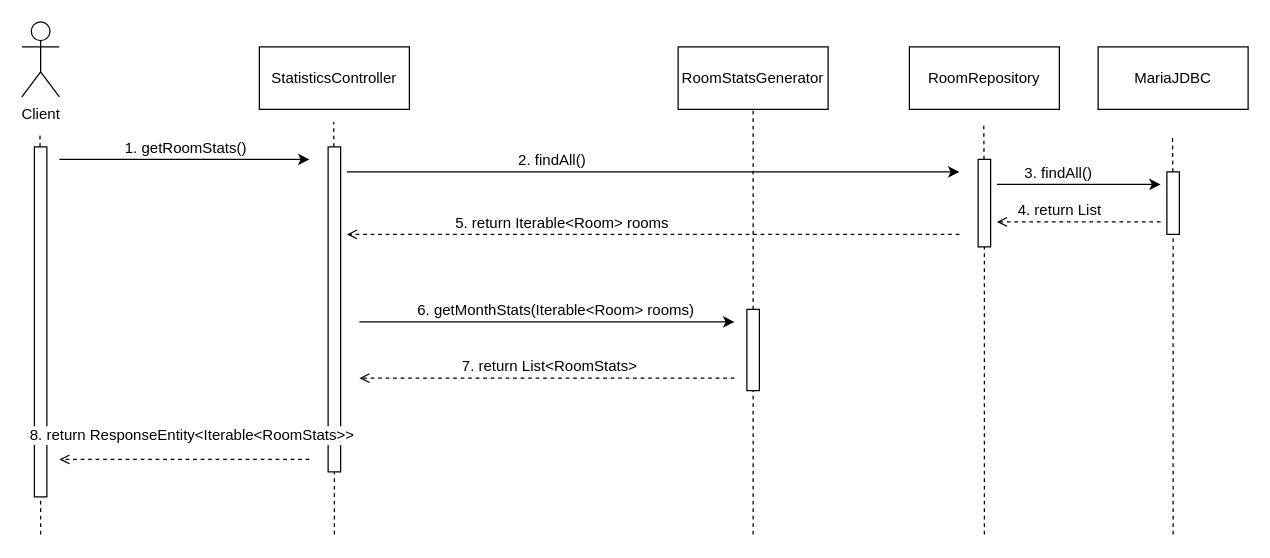
The draw.io diagram doc/design_sequence_diagram_new.drawio in torar9/swinz-projekt, before the edit. Source tidied: cells renumbered, new cells numbered last; positions are measured from the earlier drawing's top-left corner, leaving out a move shared by most shapes. Both pictures are drawn from the tidied source at 125%, with x=0, y=0 at pixel (21, 21).
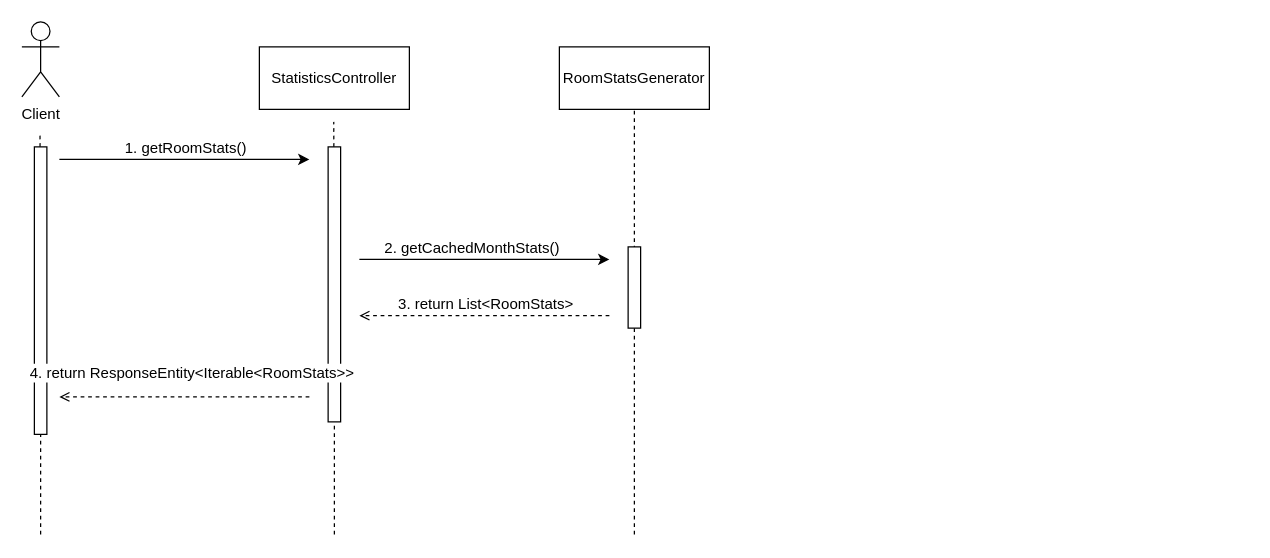
The same page after the edit.

Commit message (it also covers changes not shown here):
Fix use case

The edit, as a diff of the source:
```diff
@@
     <mxCell id="4" style="rounded=0;whiteSpace=wrap;html=1;" parent="1" vertex="1">
-      <mxGeometry x="10" y="100" width="10" height="280" as="geometry" />
+      <mxGeometry x="10" y="100" width="10" height="230" as="geometry" />
     </mxCell>
@@
     <mxCell id="7" value="RoomStatsGenerator" style="rounded=0;whiteSpace=wrap;html=1;" parent="1" vertex="1">
-      <mxGeometry x="525" y="20" width="120" height="50" as="geometry" />
+      <mxGeometry x="430" y="20" width="120" height="50" as="geometry" />
     </mxCell>
@@
     <mxCell id="11" style="rounded=0;whiteSpace=wrap;html=1;" parent="1" vertex="1">
-      <mxGeometry x="245" y="100" width="10" height="260" as="geometry" />
+      <mxGeometry x="245" y="100" width="10" height="220" as="geometry" />
     </mxCell>
@@
-    <mxCell id="13" value="RoomRepository" style="rounded=0;whiteSpace=wrap;html=1;fontSize=12;" parent="1" vertex="1">
-      <mxGeometry x="710" y="20" width="120" height="50" as="geometry" />
-    </mxCell>
     <mxCell id="14" style="endArrow=none;dashed=1;html=1;fontSize=12;entryX=0.5;entryY=1;entryDx=0;entryDy=0;" parent="1" edge="1" target="7">
       <mxGeometry relative="1" as="geometry">
-        <mxPoint x="585" y="410" as="sourcePoint" />
+        <mxPoint x="490" y="410" as="sourcePoint" />
       </mxGeometry>
     </mxCell>
-    <mxCell id="15" style="endArrow=classic;html=1;fontSize=12;" parent="1" edge="1">
-      <mxGeometry relative="1" as="geometry">
-        <mxPoint x="260" y="120" as="sourcePoint" />
-        <mxPoint x="750" y="120" as="targetPoint" />
-      </mxGeometry>
-    </mxCell>
-    <mxCell id="16" value="2. findAll()" style="edgeLabel;html=1;align=center;verticalAlign=middle;fontSize=12;" parent="15" vertex="1">
-      <mxGeometry x="0.48" relative="1" as="geometry">
-        <mxPoint x="-200" y="-10" as="offset" />
-      </mxGeometry>
-    </mxCell>
-    <mxCell id="17" style="endArrow=none;dashed=1;html=1;" parent="1" edge="1" source="18">
-      <mxGeometry relative="1" as="geometry">
-        <mxPoint x="769.5" y="80" as="targetPoint" />
-      </mxGeometry>
-    </mxCell>
-    <mxCell id="18" style="rounded=0;whiteSpace=wrap;html=1;" parent="1" vertex="1">
-      <mxGeometry x="765" y="110" width="10" height="70" as="geometry" />
-    </mxCell>
-    <mxCell id="19" style="endArrow=none;dashed=1;html=1;" parent="1" edge="1" target="18">
-      <mxGeometry relative="1" as="geometry">
-        <mxPoint x="770" y="410" as="sourcePoint" />
-      </mxGeometry>
-    </mxCell>
-    <mxCell id="20" style="endArrow=open;dashed=1;html=1;fontSize=12;endFill=0;" parent="1" edge="1">
-      <mxGeometry relative="1" as="geometry">
-        <mxPoint x="750" y="170" as="sourcePoint" />
-        <mxPoint x="260" y="170" as="targetPoint" />
-      </mxGeometry>
-    </mxCell>
-    <mxCell id="21" value="5. return Iterable&amp;lt;Room&amp;gt; rooms" style="edgeLabel;html=1;align=center;verticalAlign=middle;fontSize=12;" parent="20" vertex="1">
-      <mxGeometry x="-0.64" y="1" relative="1" as="geometry">
-        <mxPoint x="-231" y="-11" as="offset" />
-      </mxGeometry>
-    </mxCell>
     <mxCell id="22" style="rounded=0;whiteSpace=wrap;html=1;fontSize=12;" parent="1" vertex="1">
-      <mxGeometry x="580" y="230" width="10" height="65" as="geometry" />
+      <mxGeometry x="485" y="180" width="10" height="65" as="geometry" />
     </mxCell>
     <mxCell id="23" style="endArrow=classic;html=1;fontSize=12;" parent="1" edge="1">
       <mxGeometry relative="1" as="geometry">
-        <mxPoint x="270" y="240" as="sourcePoint" />
-        <mxPoint x="570" y="240" as="targetPoint" />
+        <mxPoint x="270" y="190" as="sourcePoint" />
+        <mxPoint x="470" y="190" as="targetPoint" />
       </mxGeometry>
     </mxCell>
-    <mxCell id="24" value="6. getMonthStats(Iterable&amp;lt;Room&amp;gt; rooms)" style="edgeLabel;html=1;align=center;verticalAlign=middle;fontSize=12;" parent="23" vertex="1">
+    <mxCell id="24" value="2. getCachedMonthStats()" style="edgeLabel;html=1;align=center;verticalAlign=middle;fontSize=12;" parent="23" vertex="1">
       <mxGeometry x="0.24" y="3" relative="1" as="geometry">
-        <mxPoint x="-30" y="-7" as="offset" />
+        <mxPoint x="-34.2" y="-7" as="offset" />
       </mxGeometry>
     </mxCell>
-    <mxCell id="25" value="MariaJDBC" style="rounded=0;whiteSpace=wrap;html=1;fontSize=12;" parent="1" vertex="1">
-      <mxGeometry x="861" y="20" width="120" height="50" as="geometry" />
-    </mxCell>
-    <mxCell id="26" style="endArrow=none;dashed=1;html=1;fontSize=12;" parent="1" edge="1" source="31">
-      <mxGeometry relative="1" as="geometry">
-        <mxPoint x="920.5" y="90" as="targetPoint" />
-      </mxGeometry>
-    </mxCell>
-    <mxCell id="27" style="endArrow=classic;html=1;fontSize=12;" parent="1" edge="1">
-      <mxGeometry relative="1" as="geometry">
-        <mxPoint x="780" y="130" as="sourcePoint" />
-        <mxPoint x="911" y="130" as="targetPoint" />
-      </mxGeometry>
-    </mxCell>
-    <mxCell id="28" value="3. findAll()" style="edgeLabel;html=1;align=center;verticalAlign=middle;fontSize=12;" parent="27" vertex="1">
-      <mxGeometry x="0.48" relative="1" as="geometry">
-        <mxPoint x="-49" y="-10" as="offset" />
-      </mxGeometry>
-    </mxCell>
-    <mxCell id="29" style="endArrow=open;dashed=1;html=1;fontSize=12;endFill=0;" parent="1" edge="1">
-      <mxGeometry relative="1" as="geometry">
-        <mxPoint x="911" y="160" as="sourcePoint" />
-        <mxPoint x="780" y="160" as="targetPoint" />
-      </mxGeometry>
-    </mxCell>
-    <mxCell id="30" value="4. return List" style="edgeLabel;html=1;align=center;verticalAlign=middle;fontSize=12;" parent="29" vertex="1">
-      <mxGeometry x="-0.64" y="1" relative="1" as="geometry">
-        <mxPoint x="-57.5" y="-11" as="offset" />
-      </mxGeometry>
-    </mxCell>
-    <mxCell id="31" style="rounded=0;whiteSpace=wrap;html=1;fontSize=12;" parent="1" vertex="1">
-      <mxGeometry x="916" y="120" width="10" height="50" as="geometry" />
-    </mxCell>
-    <mxCell id="32" style="endArrow=none;dashed=1;html=1;fontSize=12;" parent="1" edge="1" target="31">
-      <mxGeometry relative="1" as="geometry">
-        <mxPoint x="921" y="410" as="sourcePoint" />
-      </mxGeometry>
-    </mxCell>
     <mxCell id="33" style="endArrow=open;dashed=1;html=1;fontSize=12;endFill=0;" parent="1" edge="1">
       <mxGeometry relative="1" as="geometry">
-        <mxPoint x="570" y="285" as="sourcePoint" />
-        <mxPoint x="270" y="285" as="targetPoint" />
+        <mxPoint x="470" y="235" as="sourcePoint" />
+        <mxPoint x="270" y="235" as="targetPoint" />
       </mxGeometry>
     </mxCell>
@@
-    <mxCell id="35" value="&lt;font style=&quot;font-size: 12px&quot;&gt;7. return List&amp;lt;RoomStats&amp;gt;&lt;/font&gt;" style="edgeLabel;html=1;align=center;verticalAlign=middle;fontSize=12;" parent="33" vertex="1">
+    <mxCell id="35" value="&lt;font style=&quot;font-size: 12px&quot;&gt;3. return List&amp;lt;RoomStats&amp;gt;&lt;/font&gt;" style="edgeLabel;html=1;align=center;verticalAlign=middle;fontSize=12;" parent="33" vertex="1">
       <mxGeometry x="-0.16" y="1" relative="1" as="geometry">
-        <mxPoint x="-23" y="-11" as="offset" />
+        <mxPoint x="-15.8" y="-11" as="offset" />
       </mxGeometry>
     </mxCell>
     <mxCell id="36" style="endArrow=open;dashed=1;html=1;fontSize=12;endFill=0;" parent="1" edge="1">
       <mxGeometry relative="1" as="geometry">
-        <mxPoint x="230" y="350" as="sourcePoint" />
-        <mxPoint x="30" y="350" as="targetPoint" />
+        <mxPoint x="230" y="300" as="sourcePoint" />
+        <mxPoint x="30" y="300" as="targetPoint" />
       </mxGeometry>
     </mxCell>
@@
-    <mxCell id="38" value="&lt;font style=&quot;font-size: 12px&quot;&gt;8. return ResponseEntity&amp;lt;Iterable&amp;lt;RoomStats&amp;gt;&amp;gt;&lt;/font&gt;" style="edgeLabel;html=1;align=center;verticalAlign=middle;fontSize=12;" parent="36" vertex="1">
+    <mxCell id="38" value="&lt;font style=&quot;font-size: 12px&quot;&gt;4. return ResponseEntity&amp;lt;Iterable&amp;lt;RoomStats&amp;gt;&amp;gt;&lt;/font&gt;" style="edgeLabel;html=1;align=center;verticalAlign=middle;fontSize=12;" parent="36" vertex="1">
       <mxGeometry x="-0.16" y="1" relative="1" as="geometry">
         <mxPoint x="-11" y="-21" as="offset" />
       </mxGeometry>
     </mxCell>
```
